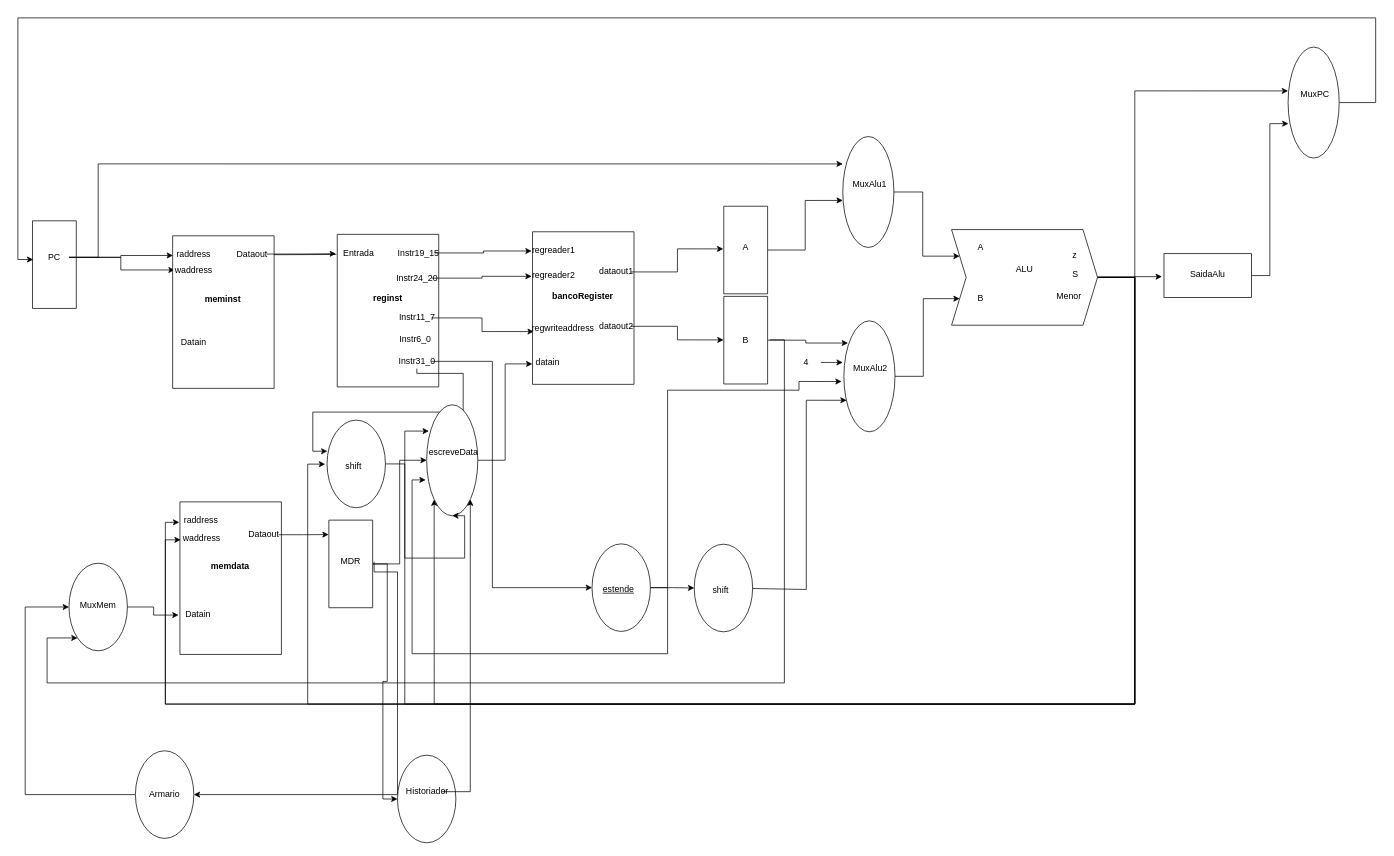
The draw.io diagram cpu.drawio in GabrielOlem/ProjetoHardware, before the edit. Source tidied: cells renumbered, new cells numbered last; positions are measured from the earlier drawing's top-left corner, leaving out a move shared by most shapes. Both pictures are drawn from the tidied source at 73%, with x=0, y=0 at pixel (10, 18).
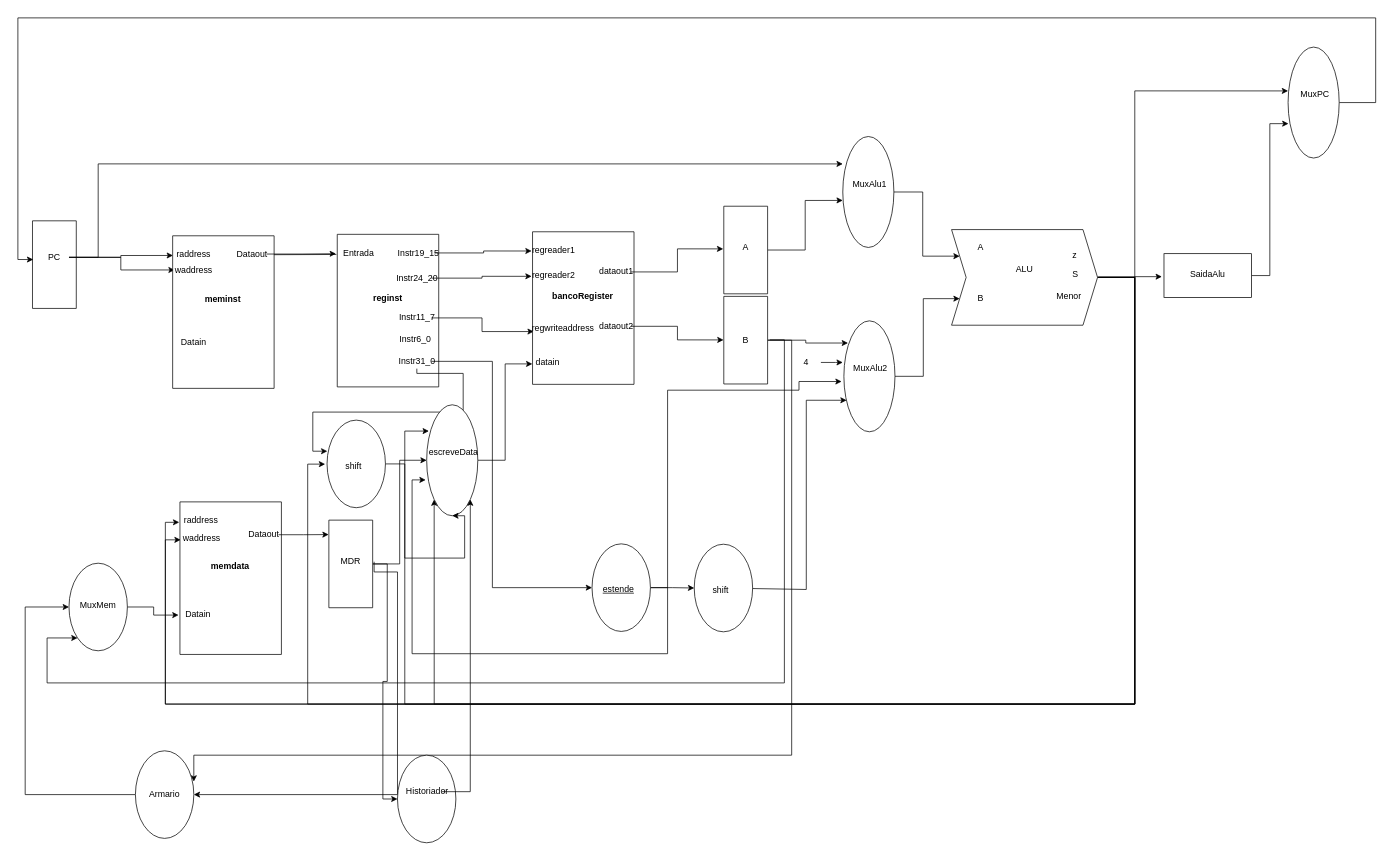
The same diagram, later.

Unchanged cells that the change refers to:
```xml
<mxCell id="60" style="verticalLabelPosition=bottom;verticalAlign=top;html=1;shape=mxgraph.basic.rect;fillColor=#ffffff;fillColor2=none;strokeColor=#000000;strokeWidth=1;size=20;indent=5;rotation=90;" parent="1" vertex="1">
  <mxGeometry x="947" y="411.5" width="120" height="60" as="geometry" />
</mxCell>
<mxCell id="106" style="ellipse;whiteSpace=wrap;html=1;rotation=90;" parent="1" vertex="1">
  <mxGeometry x="151" y="1024" width="120" height="80" as="geometry" />
</mxCell>
```

Change to the diagram source:
```diff
@@
+    <mxCell id="108" style="edgeStyle=orthogonalEdgeStyle;rounded=0;jettySize=auto;html=1;entryX=0.351;entryY=0;entryDx=0;entryDy=0;entryPerimeter=0;" parent="1" edge="1" source="60" target="106">
+      <mxGeometry relative="1" as="geometry">
+        <Array as="points">
+          <mxPoint x="1070" y="442" />
+          <mxPoint x="1070" y="1010" />
+          <mxPoint x="251" y="1010" />
+        </Array>
+      </mxGeometry>
+    </mxCell>
```
